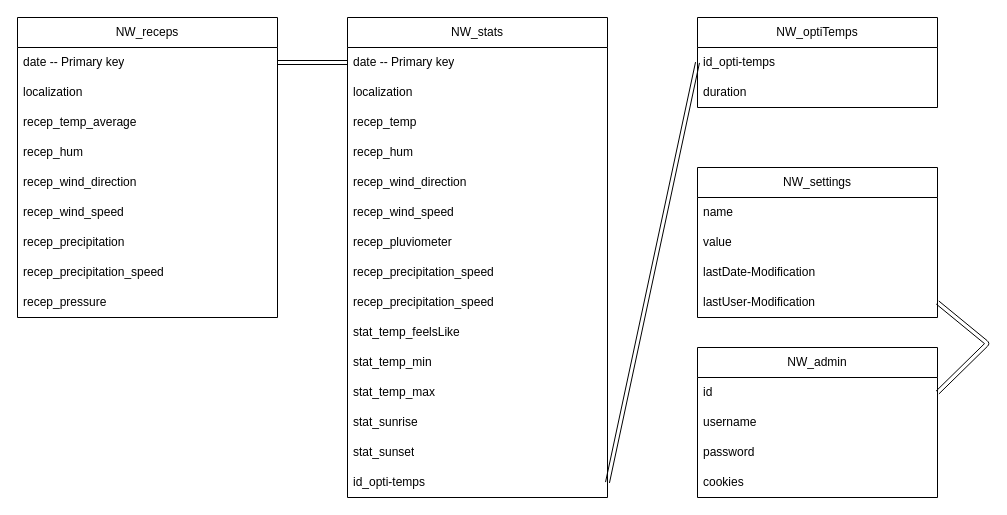
This is resources/schema/v6MLD.drawio from Mathuww/Nika-Weather, a draw.io file, before an edit. Source tidied: cells renumbered, new cells numbered last; positions are measured from the earlier drawing's top-left corner, leaving out a move shared by most shapes. Both pictures are drawn from the tidied source at 100%, with x=0, y=0 at pixel (17, 17).
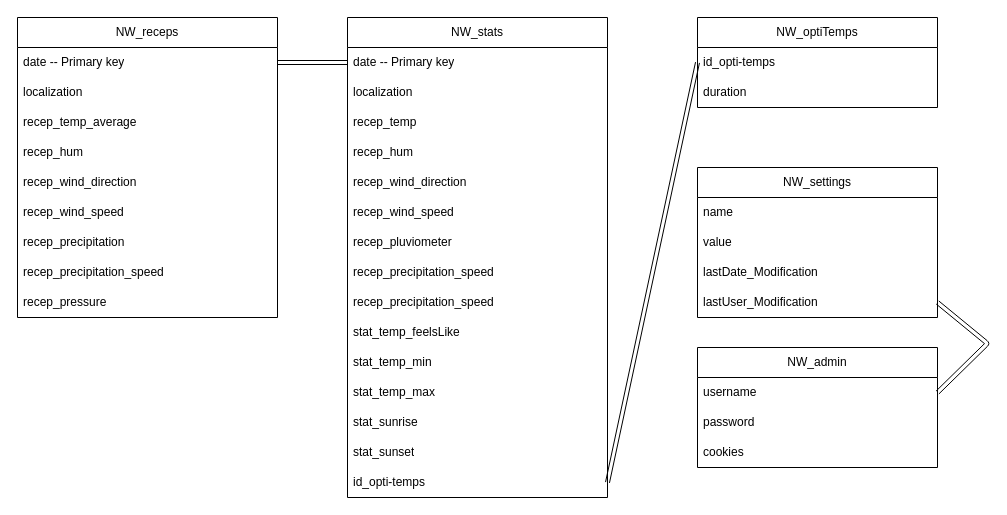
Above is the later version.

The change refers to these unchanged cells:
```xml
<mxCell id="38" value="NW_settings" style="swimlane;fontStyle=0;horizontal=1;startSize=30;whiteSpace=wrap;html=1;" parent="1" vertex="1">
  <mxGeometry x="680" y="150" width="240" height="150" as="geometry" />
</mxCell>
```

Diff of the diagram source:
```diff
@@
     <mxCell id="33" value="NW_admin" style="swimlane;fontStyle=0;horizontal=1;startSize=30;whiteSpace=wrap;html=1;" parent="1" vertex="1">
-      <mxGeometry x="680" y="330" width="240" height="150" as="geometry" />
+      <mxGeometry x="680" y="330" width="240" height="120" as="geometry" />
     </mxCell>
-    <mxCell id="34" value="id" style="text;strokeColor=none;fillColor=none;align=left;verticalAlign=middle;spacingLeft=4;spacingRight=4;overflow=hidden;points=[[0,0.5],[1,0.5]];portConstraint=eastwest;whiteSpace=wrap;html=1;" parent="33" vertex="1">
-      <mxGeometry y="30" width="240" height="30" as="geometry" />
-    </mxCell>
     <mxCell id="35" value="username" style="text;strokeColor=none;fillColor=none;align=left;verticalAlign=middle;spacingLeft=4;spacingRight=4;overflow=hidden;whiteSpace=wrap;html=1;" parent="33" vertex="1">
-      <mxGeometry y="60" width="240" height="30" as="geometry" />
+      <mxGeometry y="30" width="240" height="30" as="geometry" />
     </mxCell>
     <mxCell id="36" value="password" style="text;strokeColor=none;fillColor=none;align=left;verticalAlign=middle;spacingLeft=4;spacingRight=4;overflow=hidden;whiteSpace=wrap;html=1;" parent="33" vertex="1">
-      <mxGeometry y="90" width="240" height="30" as="geometry" />
+      <mxGeometry y="60" width="240" height="30" as="geometry" />
     </mxCell>
     <mxCell id="37" value="cookies" style="text;strokeColor=none;fillColor=none;align=left;verticalAlign=middle;spacingLeft=4;spacingRight=4;overflow=hidden;whiteSpace=wrap;html=1;" parent="33" vertex="1">
-      <mxGeometry y="120" width="240" height="30" as="geometry" />
+      <mxGeometry y="90" width="240" height="30" as="geometry" />
     </mxCell>
@@
-    <mxCell id="41" value="lastDate-Modification" style="text;strokeColor=none;fillColor=none;align=left;verticalAlign=middle;spacingLeft=4;spacingRight=4;overflow=hidden;whiteSpace=wrap;html=1;" parent="38" vertex="1">
+    <mxCell id="41" value="lastDate_Modification" style="text;strokeColor=none;fillColor=none;align=left;verticalAlign=middle;spacingLeft=4;spacingRight=4;overflow=hidden;whiteSpace=wrap;html=1;" parent="38" vertex="1">
       <mxGeometry y="90" width="240" height="30" as="geometry" />
     </mxCell>
-    <mxCell id="42" value="lastUser-Modification" style="text;strokeColor=none;fillColor=none;align=left;verticalAlign=middle;spacingLeft=4;spacingRight=4;overflow=hidden;points=[[0,0.5],[1,0.5]];portConstraint=eastwest;whiteSpace=wrap;html=1;" parent="38" vertex="1">
+    <mxCell id="42" value="lastUser_Modification" style="text;strokeColor=none;fillColor=none;align=left;verticalAlign=middle;spacingLeft=4;spacingRight=4;overflow=hidden;points=[[0,0.5],[1,0.5]];portConstraint=eastwest;whiteSpace=wrap;html=1;" parent="38" vertex="1">
       <mxGeometry y="120" width="240" height="30" as="geometry" />
     </mxCell>
-    <mxCell id="43" style="edgeStyle=none;html=1;entryX=1;entryY=0.5;entryDx=0;entryDy=0;exitX=1;exitY=0.5;exitDx=0;exitDy=0;shape=link;" parent="1" edge="1" source="34" target="42">
+    <mxCell id="43" style="edgeStyle=none;html=1;entryX=1;entryY=0.5;entryDx=0;entryDy=0;shape=link;" parent="1" edge="1" target="42">
       <mxGeometry relative="1" as="geometry">
+        <mxPoint x="920" y="375" as="sourcePoint" />
         <Array as="points">
           <mxPoint x="970" y="326" />
         </Array>
       </mxGeometry>
     </mxCell>
```
